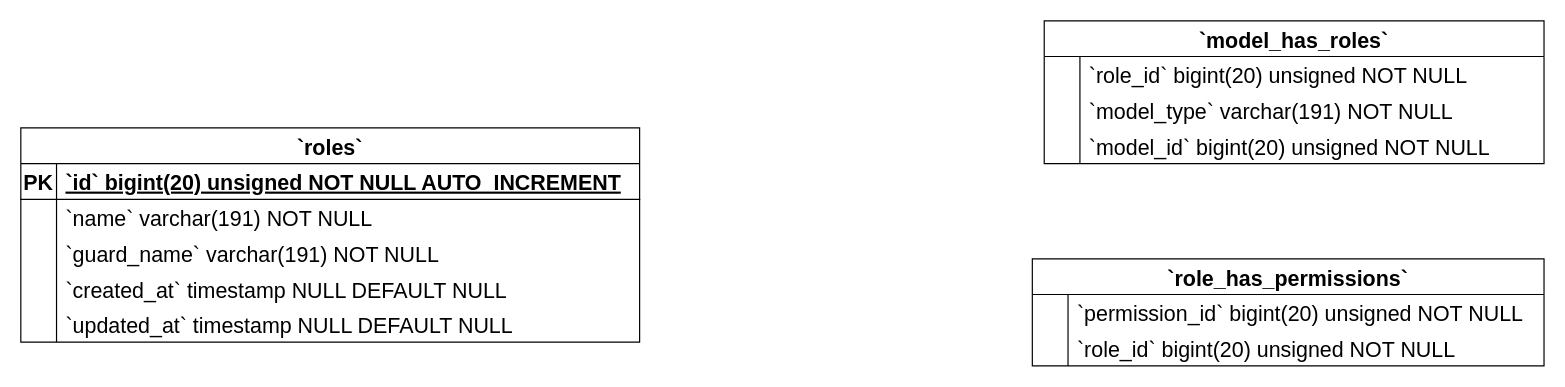
This is Roles ERD Diagram.drawio from Simasco/diagram, a draw.io file, before an edit. Source tidied: cells renumbered, new cells numbered last; positions are measured from the earlier drawing's top-left corner, leaving out a move shared by most shapes. Both pictures are drawn from the tidied source at 119%, with x=0, y=0 at pixel (20, 20).
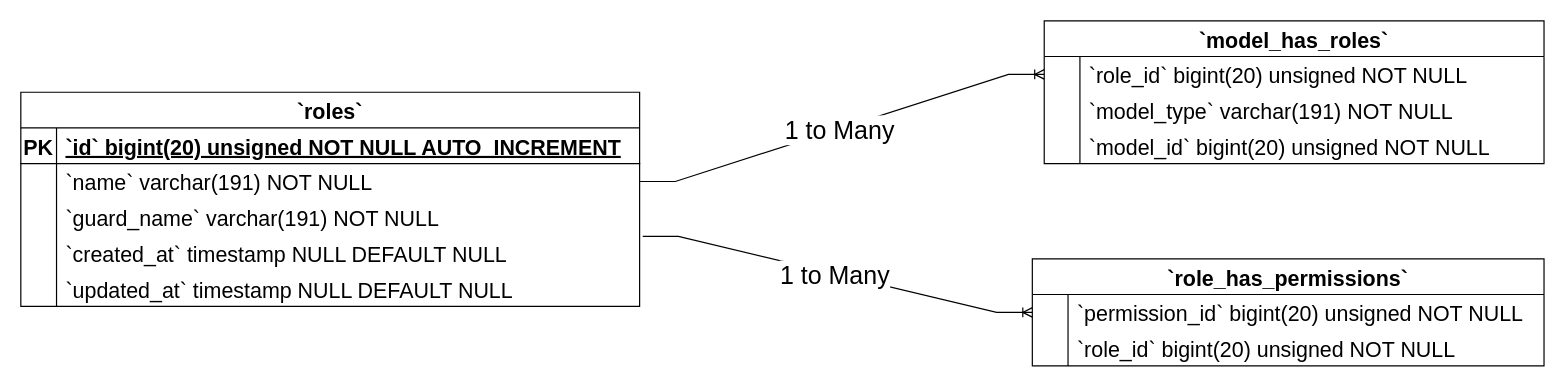
The same diagram, later.

Unchanged cells that the change refers to:
```xml
<mxCell id="6" style="shape=tableRow;horizontal=0;startSize=0;swimlaneHead=0;swimlaneBody=0;fillColor=none;points=[[0,0.5],[1,0.5]];portConstraint=eastwest;strokeColor=inherit;top=0;left=0;right=0;bottom=0;fontSize=18;" parent="2" vertex="1">
  <mxGeometry y="60" width="520" height="30" as="geometry" />
</mxCell>
<mxCell id="12" style="shape=tableRow;horizontal=0;startSize=0;swimlaneHead=0;swimlaneBody=0;fillColor=none;points=[[0,0.5],[1,0.5]];portConstraint=eastwest;strokeColor=inherit;top=0;left=0;right=0;bottom=0;fontSize=18;" parent="2" vertex="1">
  <mxGeometry y="120" width="520" height="30" as="geometry" />
</mxCell>
<mxCell id="19" style="shape=tableRow;horizontal=0;startSize=0;swimlaneHead=0;swimlaneBody=0;fillColor=none;points=[[0,0.5],[1,0.5]];portConstraint=eastwest;strokeColor=inherit;top=0;left=0;right=0;bottom=0;fontSize=18;" parent="18" vertex="1">
  <mxGeometry y="30" width="420" height="30" as="geometry" />
</mxCell>
<mxCell id="29" style="shape=tableRow;horizontal=0;startSize=0;swimlaneHead=0;swimlaneBody=0;fillColor=none;points=[[0,0.5],[1,0.5]];portConstraint=eastwest;strokeColor=inherit;top=0;left=0;right=0;bottom=0;fontSize=18;" parent="28" vertex="1">
  <mxGeometry y="30" width="430" height="30" as="geometry" />
</mxCell>
```

Diff of the diagram source:
```diff
@@
     <mxCell id="2" value="`roles`" style="shape=table;startSize=30;childLayout=tableLayout;rowLines=0;fontStyle=1;align=center;fontSize=18;" parent="1" vertex="1">
-      <mxGeometry y="90" width="520" height="180" as="geometry" />
+      <mxGeometry y="60" width="520" height="180" as="geometry" />
     </mxCell>
@@
+    <mxCell id="35" style="edgeStyle=entityRelationEdgeStyle;fontSize=12;html=1;endArrow=ERoneToMany;rounded=0;entryX=0;entryY=0.5;entryDx=0;entryDy=0;exitX=1.005;exitY=0.04;exitDx=0;exitDy=0;exitPerimeter=0;" parent="1" edge="1" source="12" target="29">
+      <mxGeometry relative="1" as="geometry" />
+    </mxCell>
+    <mxCell id="36" value="&lt;font style=&quot;font-size: 21px;&quot;&gt;1 to Many&lt;/font&gt;" style="edgeLabel;html=1;align=center;verticalAlign=middle;" parent="35" vertex="1">
+      <mxGeometry x="-0.01" y="-1" relative="1" as="geometry">
+        <mxPoint x="-1" as="offset" />
+      </mxGeometry>
+    </mxCell>
+    <mxCell id="37" style="edgeStyle=entityRelationEdgeStyle;fontSize=12;html=1;endArrow=ERoneToMany;rounded=0;entryX=0;entryY=0.5;entryDx=0;entryDy=0;exitX=1;exitY=0.5;exitDx=0;exitDy=0;" parent="1" edge="1" source="6" target="19">
+      <mxGeometry relative="1" as="geometry" />
+    </mxCell>
+    <mxCell id="38" value="&lt;font style=&quot;font-size: 21px;&quot;&gt;1 to Many&lt;/font&gt;" style="edgeLabel;html=1;align=center;verticalAlign=middle;" parent="37" vertex="1">
+      <mxGeometry x="-0.01" y="-1" relative="1" as="geometry">
+        <mxPoint x="-1" as="offset" />
+      </mxGeometry>
+    </mxCell>
```
